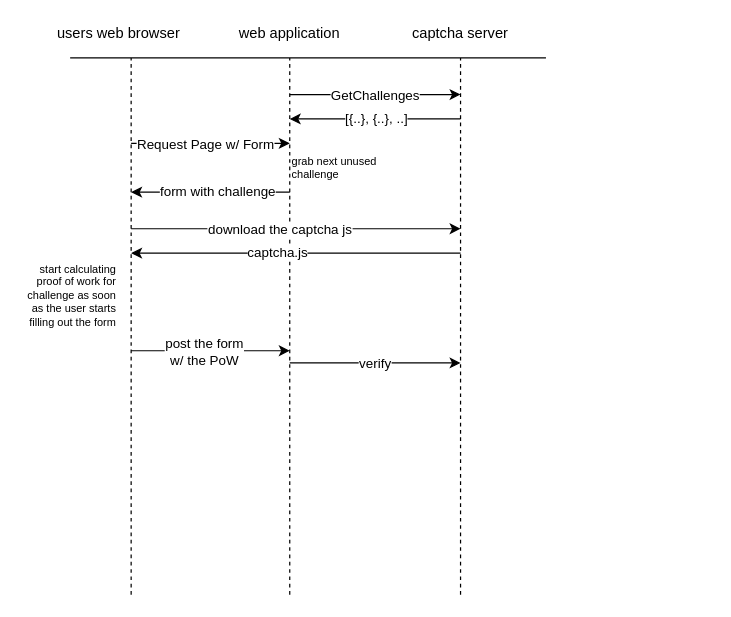
Earlier version of the draw.io diagram readme/sequence.drawio (sequentialread/pow-captcha). Source tidied: cells renumbered, new cells numbered last; positions are measured from the earlier drawing's top-left corner, leaving out a move shared by most shapes. Both pictures are drawn from the tidied source at 122%, with x=0, y=0 at pixel (21, 21).
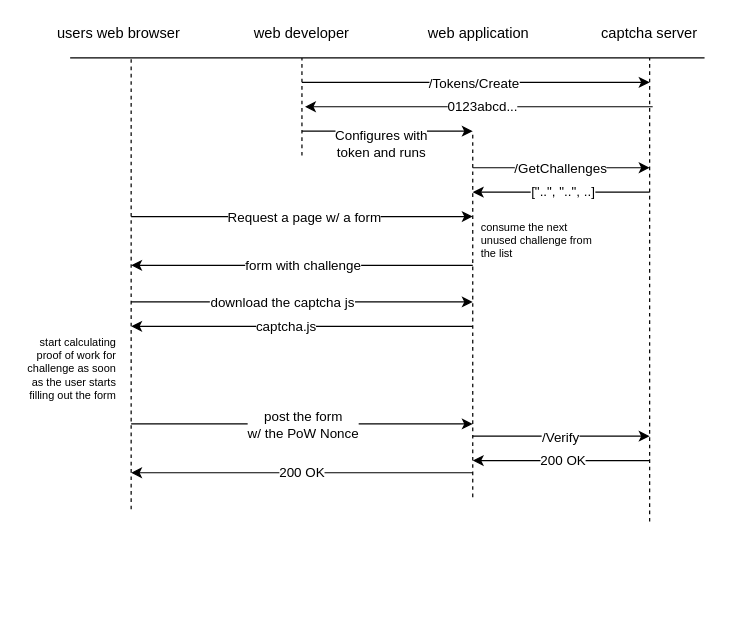
After the change.

Commit message (it also covers changes not shown here):
update sequence diagram to include admin api

The edit, as a diff of the source:
```diff
@@
+    <mxCell id="27" style="endArrow=none;dashed=1;html=1;" parent="1" edge="1">
+      <mxGeometry relative="1" as="geometry">
+        <mxPoint x="230" y="110" as="sourcePoint" />
+        <mxPoint x="230" y="30" as="targetPoint" />
+      </mxGeometry>
+    </mxCell>
     <mxCell id="2" style="endArrow=none;html=1;" parent="1" edge="1">
       <mxGeometry relative="1" as="geometry">
         <mxPoint x="40" y="30" as="sourcePoint" />
-        <mxPoint x="430" y="30" as="targetPoint" />
+        <mxPoint x="560" y="30" as="targetPoint" />
       </mxGeometry>
     </mxCell>
     <mxCell id="3" style="endArrow=none;dashed=1;html=1;" parent="1" edge="1">
       <mxGeometry relative="1" as="geometry">
-        <mxPoint x="90" y="470" as="sourcePoint" />
+        <mxPoint x="90" y="400" as="sourcePoint" />
         <mxPoint x="90" y="30" as="targetPoint" />
       </mxGeometry>
     </mxCell>
     <mxCell id="4" style="endArrow=none;dashed=1;html=1;" parent="1" edge="1">
       <mxGeometry relative="1" as="geometry">
-        <mxPoint x="220" y="470" as="sourcePoint" />
-        <mxPoint x="220" y="30" as="targetPoint" />
+        <mxPoint x="370" y="390" as="sourcePoint" />
+        <mxPoint x="370" y="90" as="targetPoint" />
       </mxGeometry>
     </mxCell>
     <mxCell id="5" style="endArrow=none;dashed=1;html=1;" parent="1" edge="1">
       <mxGeometry relative="1" as="geometry">
-        <mxPoint x="360" y="470" as="sourcePoint" />
-        <mxPoint x="360" y="30" as="targetPoint" />
+        <mxPoint x="515" y="410" as="sourcePoint" />
+        <mxPoint x="515" y="30" as="targetPoint" />
       </mxGeometry>
     </mxCell>
     <mxCell id="6" value="captcha server" style="text;html=1;strokeColor=none;fillColor=none;align=center;verticalAlign=middle;whiteSpace=wrap;rounded=0;" parent="1" vertex="1">
-      <mxGeometry x="310" width="100" height="20" as="geometry" />
+      <mxGeometry x="465" width="100" height="20" as="geometry" />
     </mxCell>
     <mxCell id="7" value="web application" style="text;html=1;strokeColor=none;fillColor=none;align=center;verticalAlign=middle;whiteSpace=wrap;rounded=0;" parent="1" vertex="1">
-      <mxGeometry x="170" width="100" height="20" as="geometry" />
+      <mxGeometry x="325" width="100" height="20" as="geometry" />
     </mxCell>
@@
     <mxCell id="9" style="endArrow=classic;html=1;" parent="1" edge="1">
       <mxGeometry relative="1" as="geometry">
-        <mxPoint x="220" y="60" as="sourcePoint" />
-        <mxPoint x="360" y="60" as="targetPoint" />
+        <mxPoint x="370" y="120" as="sourcePoint" />
+        <mxPoint x="515" y="120" as="targetPoint" />
       </mxGeometry>
     </mxCell>
-    <mxCell id="10" value="&lt;div&gt;GetChallenges&lt;/div&gt;" style="edgeLabel;html=1;align=center;verticalAlign=middle;" parent="9" vertex="1">
+    <mxCell id="10" value="/GetChallenges" style="edgeLabel;html=1;align=center;verticalAlign=middle;" parent="9" vertex="1">
       <mxGeometry x="-0.55" y="-2" relative="1" as="geometry">
         <mxPoint x="38.6" y="-2" as="offset" />
       </mxGeometry>
     </mxCell>
     <mxCell id="11" style="endArrow=classic;html=1;" parent="1" edge="1">
       <mxGeometry relative="1" as="geometry">
-        <mxPoint x="360" y="80" as="sourcePoint" />
-        <mxPoint x="220" y="80" as="targetPoint" />
+        <mxPoint x="515" y="140" as="sourcePoint" />
+        <mxPoint x="370" y="140" as="targetPoint" />
       </mxGeometry>
     </mxCell>
-    <mxCell id="12" value="[{..}, {..}, ..]" style="edgeLabel;html=1;align=center;verticalAlign=middle;" parent="11" vertex="1">
+    <mxCell id="12" value="[&quot;..&quot;, &quot;..&quot;, ..]" style="edgeLabel;html=1;align=center;verticalAlign=middle;" parent="11" vertex="1">
       <mxGeometry x="-0.24" y="-1" relative="1" as="geometry">
         <mxPoint x="-16.9" as="offset" />
       </mxGeometry>
     </mxCell>
     <mxCell id="13" style="endArrow=classic;html=1;" parent="1" edge="1">
       <mxGeometry relative="1" as="geometry">
-        <mxPoint x="90" y="100" as="sourcePoint" />
-        <mxPoint x="220" y="100" as="targetPoint" />
+        <mxPoint x="90" y="160" as="sourcePoint" />
+        <mxPoint x="370" y="160" as="targetPoint" />
       </mxGeometry>
     </mxCell>
-    <mxCell id="14" value="Request Page w/ Form" style="edgeLabel;html=1;align=center;verticalAlign=middle;" parent="13" vertex="1">
+    <mxCell id="14" value="Request a page w/ a form" style="edgeLabel;html=1;align=center;verticalAlign=middle;" parent="13" vertex="1">
       <mxGeometry x="-0.23" y="1" relative="1" as="geometry">
-        <mxPoint x="10.3" y="1" as="offset" />
+        <mxPoint x="33" y="1" as="offset" />
       </mxGeometry>
     </mxCell>
     <mxCell id="15" style="endArrow=classic;html=1;" parent="1" edge="1">
       <mxGeometry relative="1" as="geometry">
-        <mxPoint x="220" y="140" as="sourcePoint" />
-        <mxPoint x="90" y="140" as="targetPoint" />
+        <mxPoint x="370" y="200" as="sourcePoint" />
+        <mxPoint x="90" y="200" as="targetPoint" />
       </mxGeometry>
     </mxCell>
     <mxCell id="16" value="form with challenge" style="edgeLabel;html=1;align=center;verticalAlign=middle;" parent="15" vertex="1">
       <mxGeometry x="0.59" y="-1" relative="1" as="geometry">
-        <mxPoint x="43.4" as="offset" />
+        <mxPoint x="83" as="offset" />
       </mxGeometry>
     </mxCell>
-    <mxCell id="17" value="grab next unused challenge" style="text;html=1;strokeColor=none;fillColor=none;align=left;verticalAlign=middle;whiteSpace=wrap;rounded=0;fontSize=9;" parent="1" vertex="1">
-      <mxGeometry x="220" y="110" width="80" height="20" as="geometry" />
+    <mxCell id="17" value="consume the next unused challenge from the list" style="text;html=1;strokeColor=none;fillColor=none;align=left;verticalAlign=middle;whiteSpace=wrap;rounded=0;fontSize=9;" parent="1" vertex="1">
+      <mxGeometry x="375" y="170" width="105" height="20" as="geometry" />
     </mxCell>
     <mxCell id="18" style="endArrow=classic;html=1;" parent="1" edge="1">
       <mxGeometry relative="1" as="geometry">
-        <mxPoint x="90" y="170" as="sourcePoint" />
-        <mxPoint x="360" y="170" as="targetPoint" />
+        <mxPoint x="90" y="230" as="sourcePoint" />
+        <mxPoint x="370" y="230" as="targetPoint" />
       </mxGeometry>
     </mxCell>
@@
     <mxCell id="20" value="&lt;div&gt;start calculating &lt;br&gt;&lt;/div&gt;&lt;div&gt;proof of work for challenge as soon as the user starts filling out the form&lt;br&gt;&lt;/div&gt;" style="text;html=1;strokeColor=none;fillColor=none;align=right;verticalAlign=middle;whiteSpace=wrap;rounded=0;fontSize=9;" parent="1" vertex="1">
-      <mxGeometry y="200" width="80" height="50" as="geometry" />
+      <mxGeometry y="260" width="80" height="50" as="geometry" />
     </mxCell>
     <mxCell id="21" style="endArrow=classic;html=1;" parent="1" edge="1">
       <mxGeometry relative="1" as="geometry">
-        <mxPoint x="360" y="190" as="sourcePoint" />
-        <mxPoint x="90" y="190" as="targetPoint" />
+        <mxPoint x="370" y="250" as="sourcePoint" />
+        <mxPoint x="90" y="250" as="targetPoint" />
       </mxGeometry>
     </mxCell>
@@
     <mxCell id="23" style="endArrow=classic;html=1;" parent="1" edge="1">
       <mxGeometry relative="1" as="geometry">
-        <mxPoint x="90" y="270" as="sourcePoint" />
-        <mxPoint x="220" y="270" as="targetPoint" />
+        <mxPoint x="90" y="330" as="sourcePoint" />
+        <mxPoint x="370" y="330" as="targetPoint" />
       </mxGeometry>
     </mxCell>
-    <mxCell id="24" value="&lt;div&gt;post the form&lt;/div&gt;&lt;div&gt;w/ the PoW&lt;br&gt;&lt;/div&gt;" style="edgeLabel;html=1;align=center;verticalAlign=middle;" parent="23" vertex="1">
+    <mxCell id="24" value="&lt;div&gt;post the form&lt;/div&gt;&lt;div&gt;w/ the PoW Nonce&lt;br&gt;&lt;/div&gt;" style="edgeLabel;html=1;align=center;verticalAlign=middle;" parent="23" vertex="1">
       <mxGeometry x="-0.55" y="-2" relative="1" as="geometry">
-        <mxPoint x="30.9" y="-2" as="offset" />
+        <mxPoint x="77.2" y="-2" as="offset" />
       </mxGeometry>
     </mxCell>
     <mxCell id="25" style="endArrow=classic;html=1;" parent="1" edge="1">
       <mxGeometry relative="1" as="geometry">
-        <mxPoint x="220" y="280" as="sourcePoint" />
-        <mxPoint x="360" y="280" as="targetPoint" />
+        <mxPoint x="370" y="340" as="sourcePoint" />
+        <mxPoint x="515" y="340" as="targetPoint" />
       </mxGeometry>
     </mxCell>
-    <mxCell id="26" value="verify" style="edgeLabel;html=1;align=center;verticalAlign=middle;" parent="25" vertex="1">
+    <mxCell id="26" value="/Verify" style="edgeLabel;html=1;align=center;verticalAlign=middle;" parent="25" vertex="1">
       <mxGeometry x="-0.55" y="-2" relative="1" as="geometry">
         <mxPoint x="38.6" y="-2" as="offset" />
       </mxGeometry>
     </mxCell>
+    <mxCell id="28" value="web developer" style="text;html=1;strokeColor=none;fillColor=none;align=center;verticalAlign=middle;whiteSpace=wrap;rounded=0;" parent="1" vertex="1">
+      <mxGeometry x="180" width="100" height="20" as="geometry" />
+    </mxCell>
+    <mxCell id="29" style="endArrow=classic;html=1;" parent="1" edge="1">
+      <mxGeometry relative="1" as="geometry">
+        <mxPoint x="230" y="50" as="sourcePoint" />
+        <mxPoint x="515" y="50" as="targetPoint" />
+      </mxGeometry>
+    </mxCell>
+    <mxCell id="30" value="/Tokens/Create" style="edgeLabel;html=1;align=center;verticalAlign=middle;" parent="29" vertex="1">
+      <mxGeometry x="-0.55" y="-2" relative="1" as="geometry">
+        <mxPoint x="76.3" y="-2" as="offset" />
+      </mxGeometry>
+    </mxCell>
+    <mxCell id="31" style="endArrow=classic;html=1;" parent="1" edge="1">
+      <mxGeometry relative="1" as="geometry">
+        <mxPoint x="515" y="360" as="sourcePoint" />
+        <mxPoint x="370" y="360" as="targetPoint" />
+      </mxGeometry>
+    </mxCell>
+    <mxCell id="32" value="200 OK" style="edgeLabel;html=1;align=center;verticalAlign=middle;" parent="31" vertex="1">
+      <mxGeometry x="-0.24" y="-1" relative="1" as="geometry">
+        <mxPoint x="-16.9" as="offset" />
+      </mxGeometry>
+    </mxCell>
+    <mxCell id="33" style="endArrow=classic;html=1;" parent="1" edge="1">
+      <mxGeometry relative="1" as="geometry">
+        <mxPoint x="370" y="370" as="sourcePoint" />
+        <mxPoint x="90" y="370" as="targetPoint" />
+      </mxGeometry>
+    </mxCell>
+    <mxCell id="34" value="200 OK" style="edgeLabel;html=1;align=center;verticalAlign=middle;" parent="33" vertex="1">
+      <mxGeometry x="-0.24" y="-1" relative="1" as="geometry">
+        <mxPoint x="-34.5" as="offset" />
+      </mxGeometry>
+    </mxCell>
+    <mxCell id="35" style="endArrow=classic;html=1;" parent="1" edge="1">
+      <mxGeometry relative="1" as="geometry">
+        <mxPoint x="517.5" y="70" as="sourcePoint" />
+        <mxPoint x="232.5" y="70" as="targetPoint" />
+      </mxGeometry>
+    </mxCell>
+    <mxCell id="36" value="0123abcd..." style="edgeLabel;html=1;align=center;verticalAlign=middle;" parent="35" vertex="1">
+      <mxGeometry x="-0.24" y="-1" relative="1" as="geometry">
+        <mxPoint x="-32" as="offset" />
+      </mxGeometry>
+    </mxCell>
+    <mxCell id="37" style="endArrow=classic;html=1;" parent="1" edge="1">
+      <mxGeometry relative="1" as="geometry">
+        <mxPoint x="230" y="90" as="sourcePoint" />
+        <mxPoint x="370" y="90" as="targetPoint" />
+      </mxGeometry>
+    </mxCell>
+    <mxCell id="38" value="&lt;div&gt;Configures with &lt;br&gt;&lt;/div&gt;&lt;div&gt;token and runs&lt;br&gt;&lt;/div&gt;" style="edgeLabel;html=1;align=center;verticalAlign=middle;" parent="37" vertex="1">
+      <mxGeometry x="-0.23" y="1" relative="1" as="geometry">
+        <mxPoint x="10.3" y="11" as="offset" />
+      </mxGeometry>
+    </mxCell>
```
